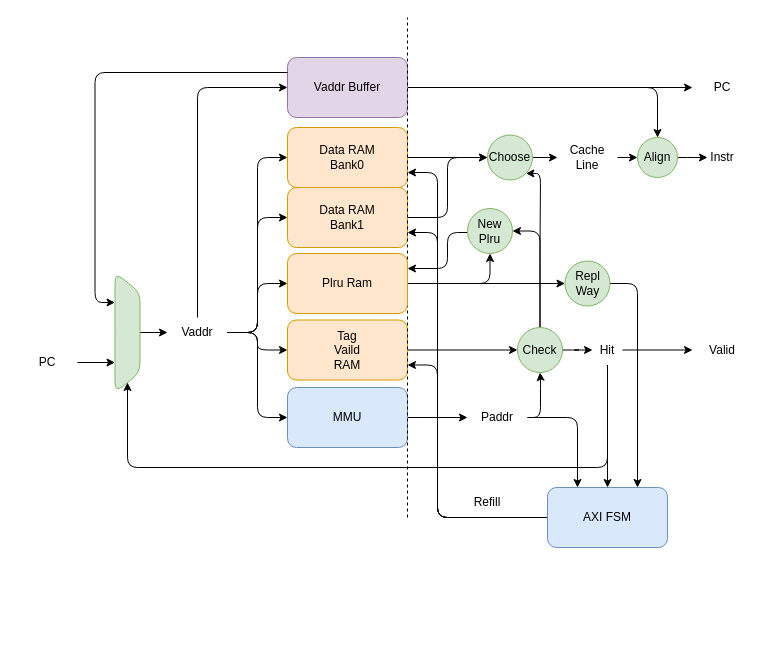
This is assets/ICache架构.drawio from ChipArts/Furina, a draw.io file, before an edit. Source tidied: cells renumbered, new cells numbered last; positions are measured from the earlier drawing's top-left corner, leaving out a move shared by most shapes. Both pictures are drawn from the tidied source at 100%, with x=0, y=0 at pixel (17, 17).
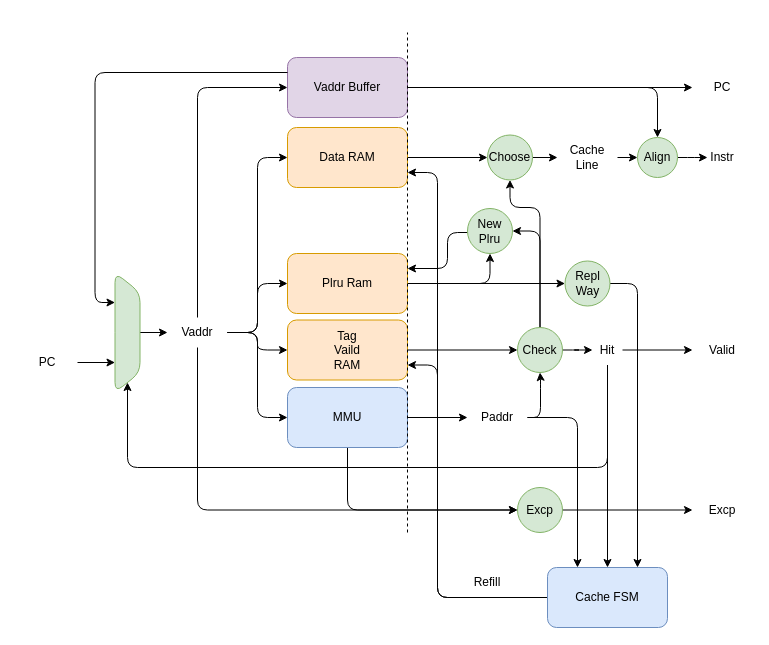
The same page after the edit.

The change refers to these unchanged cells:
```xml
<mxCell id="8" value="Vaddr" style="text;html=1;align=center;verticalAlign=middle;whiteSpace=wrap;rounded=1;" parent="1" vertex="1">
  <mxGeometry x="150" y="300" width="60" height="30" as="geometry" />
</mxCell>
<mxCell id="10" value="MMU" style="rounded=1;whiteSpace=wrap;html=1;fillColor=#dae8fc;strokeColor=#6c8ebf;" parent="1" vertex="1">
  <mxGeometry x="270" y="370" width="120" height="60" as="geometry" />
</mxCell>
<mxCell id="14" value="Tag&lt;div&gt;Vaild&lt;/div&gt;&lt;div&gt;RAM&lt;/div&gt;" style="rounded=1;whiteSpace=wrap;html=1;fillColor=#ffe6cc;strokeColor=#d79b00;" parent="1" vertex="1">
  <mxGeometry x="270" y="302.5" width="120" height="60" as="geometry" />
</mxCell>
<mxCell id="23" value="Check" style="ellipse;whiteSpace=wrap;html=1;rounded=1;fillColor=#d5e8d4;strokeColor=#82b366;" parent="1" vertex="1">
  <mxGeometry x="500" y="310" width="45" height="45" as="geometry" />
</mxCell>
<mxCell id="41" value="&lt;div&gt;&lt;span style=&quot;background-color: initial;&quot;&gt;Choose&lt;/span&gt;&lt;/div&gt;" style="ellipse;whiteSpace=wrap;html=1;rounded=1;fillColor=#d5e8d4;strokeColor=#82b366;" parent="1" vertex="1">
  <mxGeometry x="470" y="117.5" width="45" height="45" as="geometry" />
</mxCell>
<mxCell id="57" value="New&lt;div&gt;Plru&lt;/div&gt;" style="ellipse;whiteSpace=wrap;html=1;rounded=1;fillColor=#d5e8d4;strokeColor=#82b366;" parent="1" vertex="1">
  <mxGeometry x="450" y="191" width="45" height="45" as="geometry" />
</mxCell>
```

Diff of the diagram source:
```diff
@@
-    <mxCell id="5" style="edgeStyle=orthogonalEdgeStyle;rounded=1;jettySize=auto;html=1;exitX=1;exitY=0.5;exitDx=0;exitDy=0;entryX=0;entryY=0.5;entryDx=0;entryDy=0;" parent="1" edge="1" source="8" target="29">
-      <mxGeometry relative="1" as="geometry" />
-    </mxCell>
@@
+    <mxCell id="58" style="edgeStyle=orthogonalEdgeStyle;rounded=1;jettySize=auto;html=1;exitX=0.5;exitY=1;exitDx=0;exitDy=0;entryX=0;entryY=0.5;entryDx=0;entryDy=0;" parent="1" edge="1" source="8" target="61">
+      <mxGeometry relative="1" as="geometry" />
+    </mxCell>
@@
+    <mxCell id="59" style="edgeStyle=orthogonalEdgeStyle;rounded=1;jettySize=auto;html=1;exitX=0.5;exitY=1;exitDx=0;exitDy=0;entryX=0;entryY=0.5;entryDx=0;entryDy=0;" parent="1" edge="1" source="10" target="61">
+      <mxGeometry relative="1" as="geometry" />
+    </mxCell>
@@
-    <mxCell id="12" value="Data RAM&lt;div&gt;Bank0&lt;/div&gt;" style="rounded=1;whiteSpace=wrap;html=1;fillColor=#ffe6cc;strokeColor=#d79b00;" parent="1" vertex="1">
+    <mxCell id="12" value="Data RAM" style="rounded=1;whiteSpace=wrap;html=1;fillColor=#ffe6cc;strokeColor=#d79b00;" parent="1" vertex="1">
       <mxGeometry x="270" y="110" width="120" height="60" as="geometry" />
     </mxCell>
@@
+    <mxCell id="22" style="edgeStyle=orthogonalEdgeStyle;rounded=1;jettySize=auto;html=1;exitX=0.5;exitY=0;exitDx=0;exitDy=0;entryX=1;entryY=0.5;entryDx=0;entryDy=0;" parent="1" edge="1" source="23" target="57">
+      <mxGeometry relative="1" as="geometry" />
+    </mxCell>
-    <mxCell id="21" style="edgeStyle=orthogonalEdgeStyle;rounded=1;jettySize=auto;html=1;exitX=0.5;exitY=0;exitDx=0;exitDy=0;entryX=1;entryY=1;entryDx=0;entryDy=0;" parent="1" edge="1" source="23" target="41">
+    <mxCell id="21" style="edgeStyle=orthogonalEdgeStyle;rounded=1;jettySize=auto;html=1;exitX=0.5;exitY=0;exitDx=0;exitDy=0;entryX=0.5;entryY=1;entryDx=0;entryDy=0;" parent="1" edge="1" source="23" target="41">
       <mxGeometry relative="1" as="geometry">
         <Array as="points">
-          <mxPoint x="523" y="236" />
-          <mxPoint x="523" y="156" />
+          <mxPoint x="523" y="190" />
+          <mxPoint x="493" y="190" />
         </Array>
       </mxGeometry>
     </mxCell>
-    <mxCell id="22" style="edgeStyle=orthogonalEdgeStyle;rounded=1;jettySize=auto;html=1;exitX=0.5;exitY=0;exitDx=0;exitDy=0;entryX=1;entryY=0.5;entryDx=0;entryDy=0;" parent="1" edge="1" source="23" target="57">
-      <mxGeometry relative="1" as="geometry" />
-    </mxCell>
@@
-    <mxCell id="28" style="edgeStyle=orthogonalEdgeStyle;rounded=1;jettySize=auto;html=1;exitX=1;exitY=0.5;exitDx=0;exitDy=0;entryX=0;entryY=0.5;entryDx=0;entryDy=0;" parent="1" edge="1" source="29" target="41">
-      <mxGeometry relative="1" as="geometry" />
-    </mxCell>
-    <mxCell id="29" value="Data RAM&lt;div&gt;Bank1&lt;/div&gt;" style="rounded=1;whiteSpace=wrap;html=1;fillColor=#ffe6cc;strokeColor=#d79b00;" parent="1" vertex="1">
-      <mxGeometry x="270" y="170" width="120" height="60" as="geometry" />
-    </mxCell>
@@
-    <mxCell id="42" style="endArrow=none;dashed=1;html=1;rounded=1;" parent="1" edge="1">
-      <mxGeometry relative="1" as="geometry">
-        <mxPoint x="390" y="500" as="sourcePoint" />
-        <mxPoint x="390" as="targetPoint" />
-      </mxGeometry>
-    </mxCell>
     <mxCell id="43" style="edgeStyle=orthogonalEdgeStyle;rounded=1;jettySize=auto;html=1;exitX=0;exitY=0.5;exitDx=0;exitDy=0;entryX=1;entryY=0.75;entryDx=0;entryDy=0;" parent="1" edge="1" source="46" target="12">
       <mxGeometry relative="1" as="geometry">
         <Array as="points">
-          <mxPoint x="420" y="500" />
+          <mxPoint x="420" y="580" />
           <mxPoint x="420" y="155" />
         </Array>
       </mxGeometry>
     </mxCell>
-    <mxCell id="44" style="edgeStyle=orthogonalEdgeStyle;rounded=1;jettySize=auto;html=1;exitX=0;exitY=0.5;exitDx=0;exitDy=0;entryX=1;entryY=0.75;entryDx=0;entryDy=0;" parent="1" edge="1" source="46" target="29">
-      <mxGeometry relative="1" as="geometry">
-        <Array as="points">
-          <mxPoint x="420" y="500" />
-          <mxPoint x="420" y="215" />
-        </Array>
-      </mxGeometry>
-    </mxCell>
     <mxCell id="45" style="edgeStyle=orthogonalEdgeStyle;rounded=1;jettySize=auto;html=1;exitX=0;exitY=0.5;exitDx=0;exitDy=0;entryX=1;entryY=0.75;entryDx=0;entryDy=0;" parent="1" edge="1" source="46" target="14">
       <mxGeometry relative="1" as="geometry">
         <Array as="points">
-          <mxPoint x="420" y="500" />
+          <mxPoint x="420" y="580" />
           <mxPoint x="420" y="348" />
         </Array>
       </mxGeometry>
     </mxCell>
-    <mxCell id="46" value="AXI FSM" style="rounded=1;whiteSpace=wrap;html=1;fillColor=#dae8fc;strokeColor=#6c8ebf;" parent="1" vertex="1">
-      <mxGeometry x="530" y="470" width="120" height="60" as="geometry" />
+    <mxCell id="46" value="Cache FSM" style="rounded=1;whiteSpace=wrap;html=1;fillColor=#dae8fc;strokeColor=#6c8ebf;" parent="1" vertex="1">
+      <mxGeometry x="530" y="550" width="120" height="60" as="geometry" />
     </mxCell>
     <mxCell id="47" value="Refill" style="text;html=1;align=center;verticalAlign=middle;whiteSpace=wrap;rounded=1;" parent="1" vertex="1">
-      <mxGeometry x="440" y="470" width="60" height="30" as="geometry" />
+      <mxGeometry x="440" y="550" width="60" height="30" as="geometry" />
     </mxCell>
@@
+    <mxCell id="60" style="edgeStyle=orthogonalEdgeStyle;rounded=1;jettySize=auto;html=1;exitX=1;exitY=0.5;exitDx=0;exitDy=0;entryX=0;entryY=0.5;entryDx=0;entryDy=0;" parent="1" edge="1" source="61" target="62">
+      <mxGeometry relative="1" as="geometry" />
+    </mxCell>
+    <mxCell id="61" value="Excp" style="ellipse;whiteSpace=wrap;html=1;rounded=1;fillColor=#d5e8d4;strokeColor=#82b366;" parent="1" vertex="1">
+      <mxGeometry x="500" y="470" width="45" height="45" as="geometry" />
+    </mxCell>
+    <mxCell id="62" value="Excp" style="text;html=1;align=center;verticalAlign=middle;whiteSpace=wrap;rounded=1;" parent="1" vertex="1">
+      <mxGeometry x="675" y="477.5" width="60" height="30" as="geometry" />
+    </mxCell>
+    <mxCell id="42" style="endArrow=none;dashed=1;html=1;rounded=1;" parent="1" edge="1">
+      <mxGeometry relative="1" as="geometry">
+        <mxPoint x="390" y="515" as="sourcePoint" />
+        <mxPoint x="390" y="15" as="targetPoint" />
+      </mxGeometry>
+    </mxCell>
```
